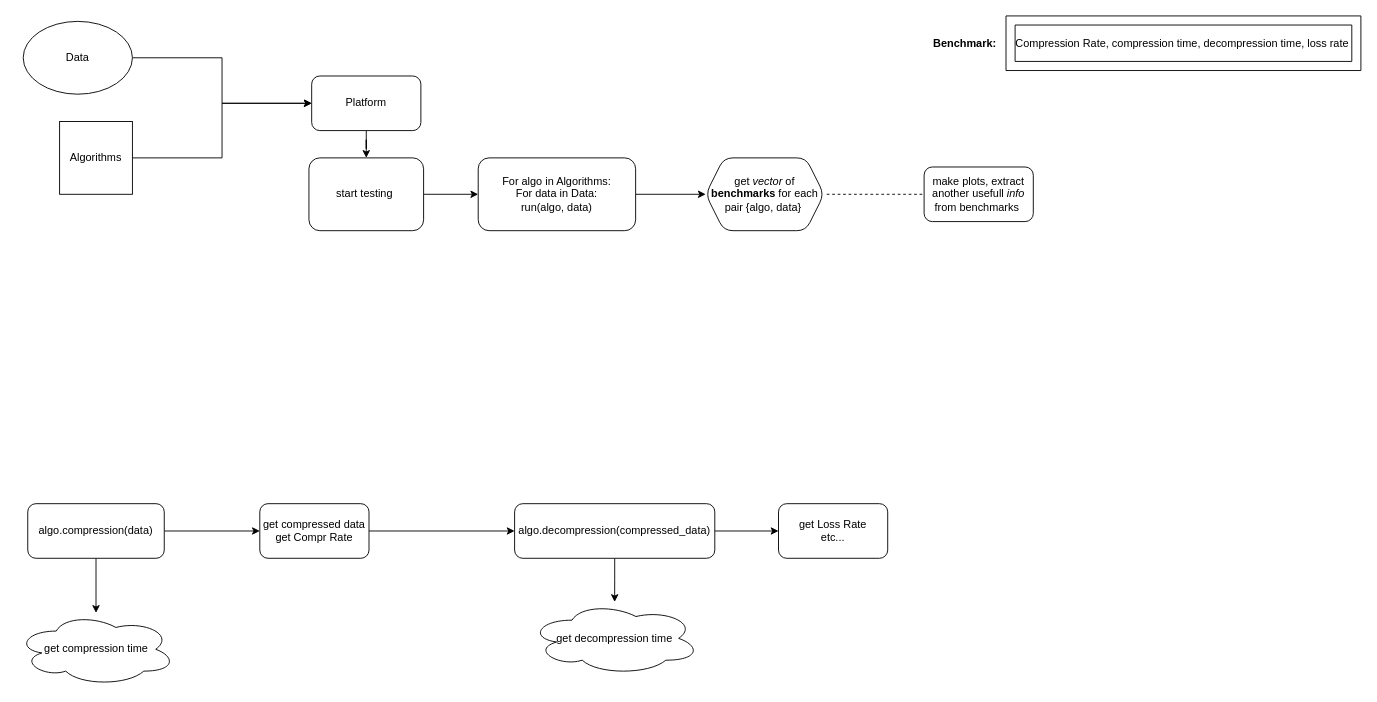
Above: docs/Platform_Graphics.drawio in BuryatyaTut/STIL_internship (draw.io), before the change. Source tidied: cells renumbered, new cells numbered last; positions are measured from the earlier drawing's top-left corner, leaving out a move shared by most shapes. Both pictures are drawn from the tidied source at 91%, with x=0, y=0 at pixel (15, 15).
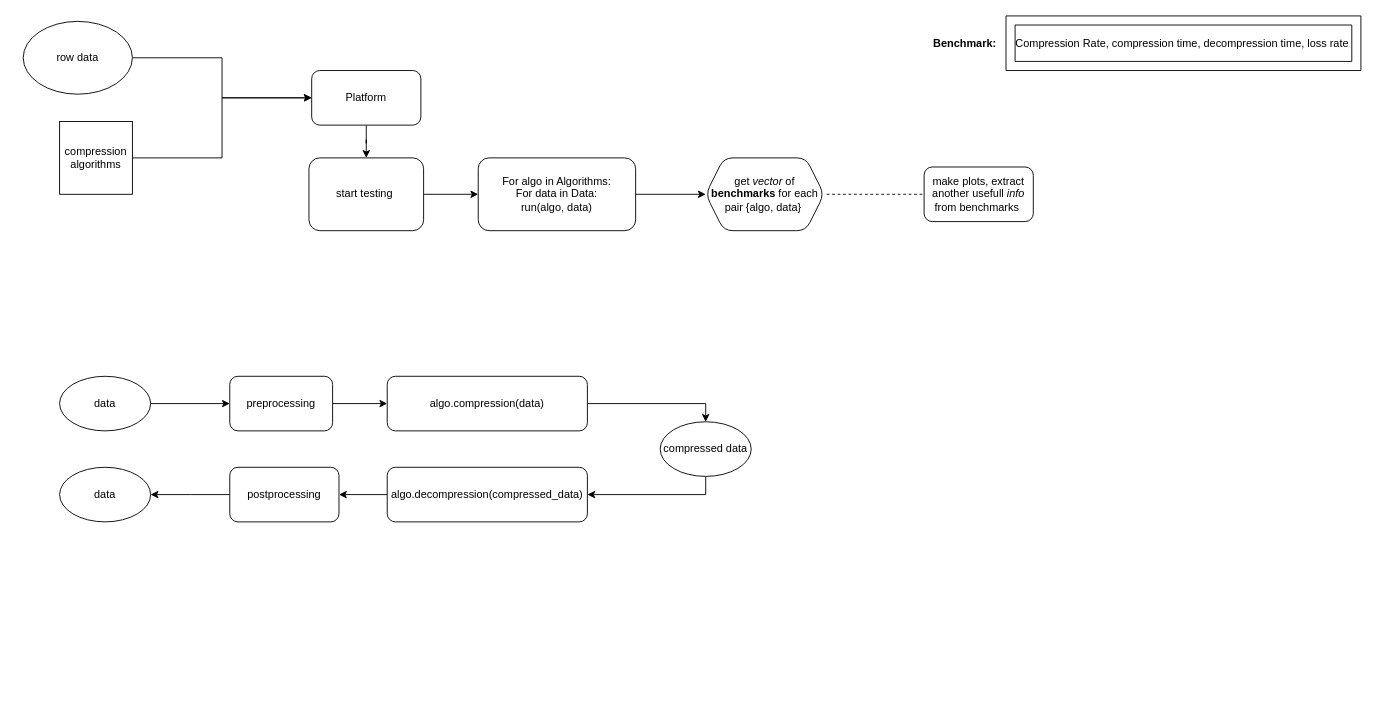
Above is the later version.

Diff of the diagram source:
```diff
@@
     <mxCell id="3" value="Platform" style="rounded=1;whiteSpace=wrap;html=1;" parent="1" vertex="1">
-      <mxGeometry x="325" y="66" width="120" height="60" as="geometry" />
+      <mxGeometry x="325" y="60" width="120" height="60" as="geometry" />
     </mxCell>
@@
-    <mxCell id="9" value="Data" style="ellipse;whiteSpace=wrap;html=1;" parent="1" vertex="1">
+    <mxCell id="9" value="row data" style="ellipse;whiteSpace=wrap;html=1;" parent="1" vertex="1">
       <mxGeometry x="8" y="6" width="120" height="80" as="geometry" />
     </mxCell>
@@
-    <mxCell id="11" value="Algorithms" style="whiteSpace=wrap;html=1;" parent="1" vertex="1">
+    <mxCell id="11" value="compression&lt;br&gt;algorithms" style="whiteSpace=wrap;html=1;" parent="1" vertex="1">
       <mxGeometry x="48" y="116" width="80" height="80" as="geometry" />
     </mxCell>
@@
-    <mxCell id="18" style="edgeStyle=orthogonalEdgeStyle;rounded=0;jettySize=auto;html=1;" parent="1" edge="1" source="20" target="22">
+    <mxCell id="18" style="edgeStyle=orthogonalEdgeStyle;rounded=0;jettySize=auto;html=1;entryX=0.5;entryY=0;entryDx=0;entryDy=0;" parent="1" edge="1" source="20" target="38">
       <mxGeometry relative="1" as="geometry" />
     </mxCell>
-    <mxCell id="19" style="edgeStyle=orthogonalEdgeStyle;rounded=0;jettySize=auto;html=1;" parent="1" edge="1" source="20" target="27">
-      <mxGeometry relative="1" as="geometry" />
-    </mxCell>
     <mxCell id="20" value="algo.compression(data)" style="rounded=1;whiteSpace=wrap;html=1;" parent="1" vertex="1">
-      <mxGeometry x="13" y="536" width="150" height="60" as="geometry" />
+      <mxGeometry x="408" y="396" width="220" height="60" as="geometry" />
     </mxCell>
-    <mxCell id="21" style="edgeStyle=orthogonalEdgeStyle;rounded=0;jettySize=auto;html=1;" parent="1" edge="1" source="22" target="25">
-      <mxGeometry relative="1" as="geometry" />
-    </mxCell>
-    <mxCell id="22" value="get compressed data&lt;br&gt;get Compr Rate" style="whiteSpace=wrap;html=1;rounded=1;" parent="1" vertex="1">
-      <mxGeometry x="268" y="536" width="120" height="60" as="geometry" />
-    </mxCell>
-    <mxCell id="23" style="edgeStyle=orthogonalEdgeStyle;rounded=0;jettySize=auto;html=1;" parent="1" edge="1" source="25" target="26">
-      <mxGeometry relative="1" as="geometry" />
-    </mxCell>
-    <mxCell id="24" style="edgeStyle=orthogonalEdgeStyle;rounded=0;jettySize=auto;html=1;" parent="1" edge="1" source="25" target="28">
-      <mxGeometry relative="1" as="geometry" />
-    </mxCell>
+    <mxCell id="29" style="edgeStyle=orthogonalEdgeStyle;rounded=0;jettySize=auto;html=1;" parent="1" edge="1" source="25" target="35">
+      <mxGeometry relative="1" as="geometry" />
+    </mxCell>
     <mxCell id="25" value="algo.decompression(compressed_data)" style="whiteSpace=wrap;html=1;rounded=1;" parent="1" vertex="1">
-      <mxGeometry x="548" y="536" width="220" height="60" as="geometry" />
+      <mxGeometry x="408" y="496" width="220" height="60" as="geometry" />
     </mxCell>
-    <mxCell id="26" value="get Loss Rate&lt;br&gt;etc..." style="whiteSpace=wrap;html=1;rounded=1;" parent="1" vertex="1">
-      <mxGeometry x="838" y="536" width="120" height="60" as="geometry" />
-    </mxCell>
-    <mxCell id="27" value="get compression time" style="ellipse;shape=cloud;whiteSpace=wrap;html=1;" parent="1" vertex="1">
-      <mxGeometry x="0.5" y="656" width="175" height="80" as="geometry" />
-    </mxCell>
-    <mxCell id="28" value="get decompression time" style="ellipse;shape=cloud;whiteSpace=wrap;html=1;" parent="1" vertex="1">
-      <mxGeometry x="564.2" y="644" width="187.5" height="80" as="geometry" />
-    </mxCell>
+    <mxCell id="30" style="edgeStyle=orthogonalEdgeStyle;rounded=0;jettySize=auto;html=1;" parent="1" edge="1" source="31" target="33">
+      <mxGeometry relative="1" as="geometry" />
+    </mxCell>
+    <mxCell id="31" value="data" style="ellipse;whiteSpace=wrap;html=1;" parent="1" vertex="1">
+      <mxGeometry x="48" y="396" width="100" height="60" as="geometry" />
+    </mxCell>
+    <mxCell id="32" style="edgeStyle=orthogonalEdgeStyle;rounded=0;jettySize=auto;html=1;" parent="1" edge="1" source="33" target="20">
+      <mxGeometry relative="1" as="geometry" />
+    </mxCell>
+    <mxCell id="33" value="preprocessing" style="rounded=1;whiteSpace=wrap;html=1;" parent="1" vertex="1">
+      <mxGeometry x="235" y="396" width="113" height="60" as="geometry" />
+    </mxCell>
+    <mxCell id="34" style="edgeStyle=orthogonalEdgeStyle;rounded=0;jettySize=auto;html=1;" parent="1" edge="1" source="35">
+      <mxGeometry relative="1" as="geometry">
+        <mxPoint x="148" y="526" as="targetPoint" />
+      </mxGeometry>
+    </mxCell>
+    <mxCell id="35" value="postprocessing" style="rounded=1;whiteSpace=wrap;html=1;" parent="1" vertex="1">
+      <mxGeometry x="235" y="496" width="120" height="60" as="geometry" />
+    </mxCell>
+    <mxCell id="36" value="data" style="ellipse;whiteSpace=wrap;html=1;" parent="1" vertex="1">
+      <mxGeometry x="48" y="496" width="100" height="60" as="geometry" />
+    </mxCell>
+    <mxCell id="37" style="edgeStyle=orthogonalEdgeStyle;rounded=0;jettySize=auto;html=1;exitX=0.5;exitY=1;exitDx=0;exitDy=0;entryX=1;entryY=0.5;entryDx=0;entryDy=0;" parent="1" edge="1" source="38" target="25">
+      <mxGeometry relative="1" as="geometry" />
+    </mxCell>
+    <mxCell id="38" value="compressed data" style="ellipse;whiteSpace=wrap;html=1;" parent="1" vertex="1">
+      <mxGeometry x="708" y="446" width="100" height="60" as="geometry" />
+    </mxCell>
```
